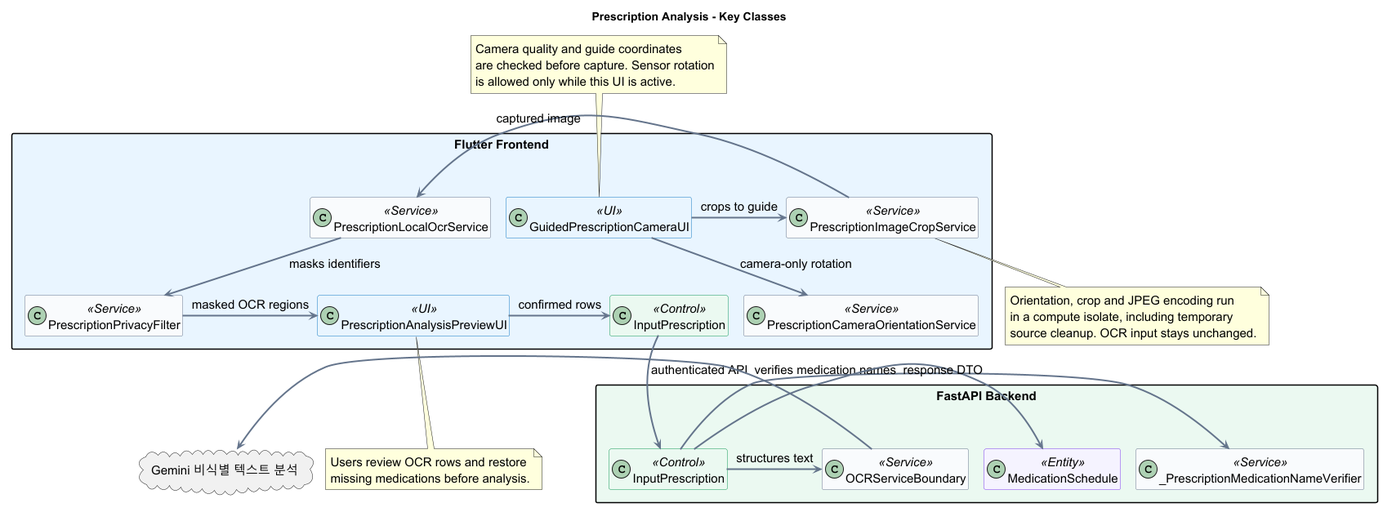
Before: docs/UML/class/02_PrescriptionAnalysis.png, a diagram exported from PlantUML (1window2/MedBuddy).
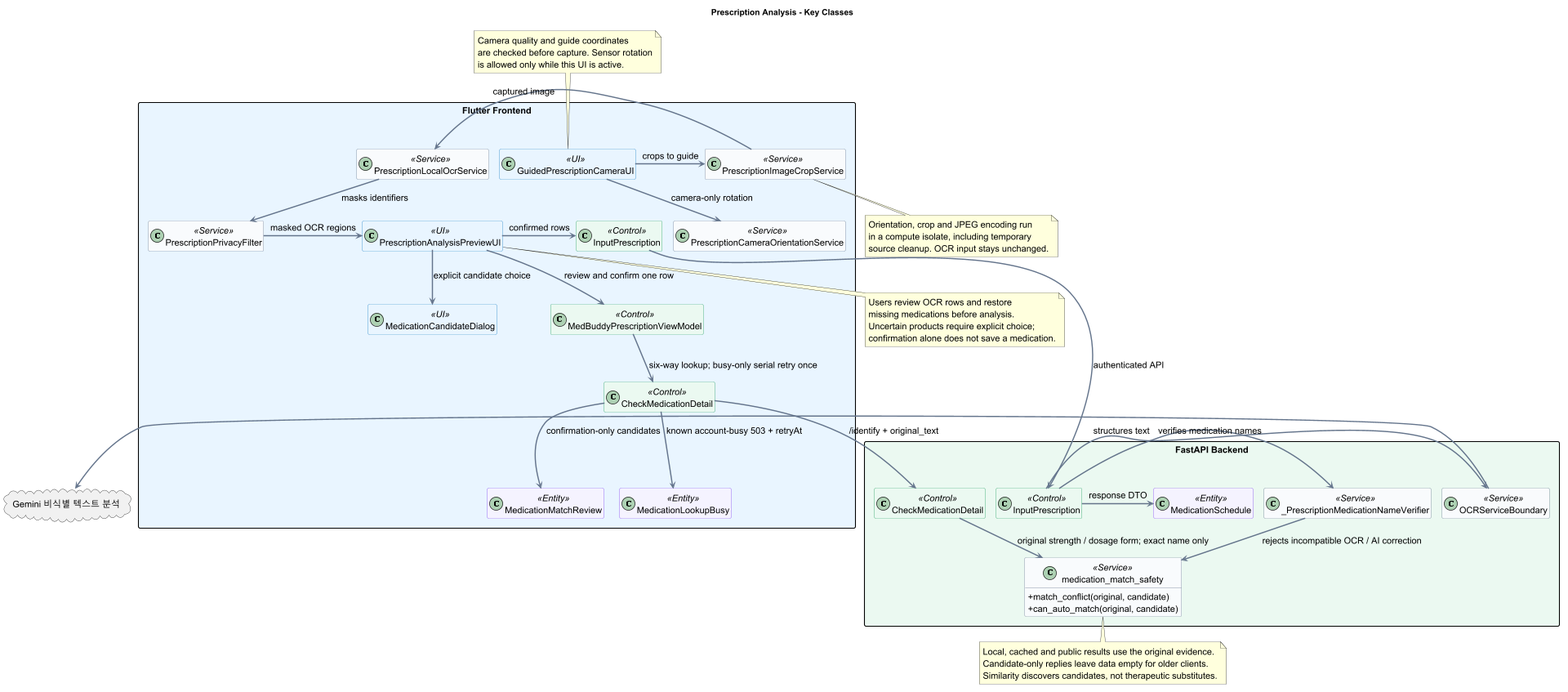
Above is the later version.

What changed in the source:
```diff
@@ -35,6 +35,11 @@
   class PrescriptionLocalOcrService <<Service>>
   class PrescriptionPrivacyFilter <<Service>>
   class PrescriptionAnalysisPreviewUI <<UI>>
+  class MedicationCandidateDialog <<UI>>
+  class MedBuddyPrescriptionViewModel <<Control>>
+  class "CheckMedicationDetail" as FCheckMedicationDetail <<Control>>
+  class MedicationMatchReview <<Entity>>
+  class MedicationLookupBusy <<Entity>>
   class "InputPrescription" as FInputPrescription <<Control>>
 }
 
@@ -43,6 +48,11 @@
   class OCRServiceBoundary <<Service>>
   class "_PrescriptionMedicationNameVerifier" as MedicationNameVerifier <<Service>>
   class "MedicationSchedule" as BMedicationSchedule <<Entity>>
+  class "CheckMedicationDetail" as BCheckMedicationDetail <<Control>>
+  class "medication_match_safety" as MatchSafety <<Service>> {
+    + match_conflict(original, candidate)
+    + can_auto_match(original, candidate)
+  }
 }
 
 cloud "Gemini 비식별 텍스트 분석" as Gemini
@@ -58,10 +68,26 @@
 OCRServiceBoundary -right-> Gemini
 BInputPrescription -right-> MedicationNameVerifier : verifies medication names
 BInputPrescription -right-> BMedicationSchedule : response DTO
+MedicationNameVerifier --> MatchSafety : rejects incompatible OCR / AI correction
+PrescriptionAnalysisPreviewUI --> MedBuddyPrescriptionViewModel : review and confirm one row
+PrescriptionAnalysisPreviewUI --> MedicationCandidateDialog : explicit candidate choice
+MedBuddyPrescriptionViewModel --> FCheckMedicationDetail : six-way lookup; busy-only serial retry once
+FCheckMedicationDetail --> BCheckMedicationDetail : /identify + original_text
+FCheckMedicationDetail --> MedicationMatchReview : confirmation-only candidates
+FCheckMedicationDetail --> MedicationLookupBusy : known account-busy 503 + retryAt
+BCheckMedicationDetail --> MatchSafety : original strength / dosage form; exact name only
 
 note bottom of PrescriptionAnalysisPreviewUI
   Users review OCR rows and restore
   missing medications before analysis.
+  Uncertain products require explicit choice;
+  confirmation alone does not save a medication.
+end note
+
+note bottom of MatchSafety
+  Local, cached and public results use the original evidence.
+  Candidate-only replies leave data empty for older clients.
+  Similarity discovers candidates, not therapeutic substitutes.
 end note
 
 note bottom of PrescriptionImageCropService
```
